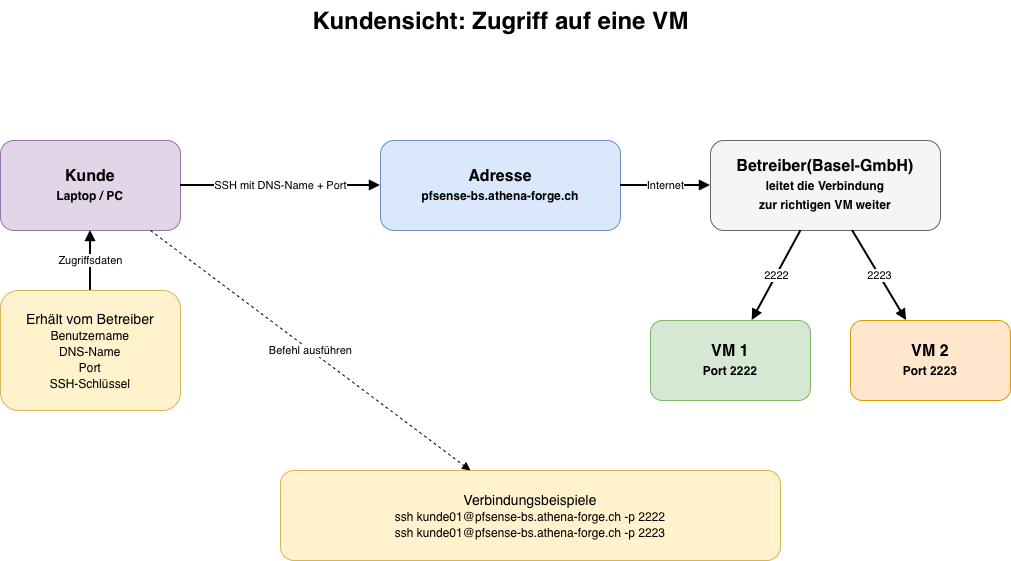
This is images/kundensicht_vm_zugriff_einfach.drawio.png from bromag/infrastruktur-projekt-bs, a draw.io export, as it was before one commit. Source tidied: cells renumbered, new cells last; positions are measured from the earlier drawing's top-left corner, leaving out a move shared by most shapes. Source of this version:
```xml
<mxGraphModel>
  <root>
    <mxCell id="0" />
    <mxCell id="1" parent="0" />
    <mxCell id="2" value="Kundensicht: Zugriff auf eine VM" style="text;html=1;strokeColor=none;fillColor=none;fontSize=24;fontStyle=1;align=center;" parent="1" vertex="1">
      <mxGeometry x="250" width="500" height="45" as="geometry" />
    </mxCell>
    <mxCell id="3" value="Kunde&lt;br&gt;&lt;span style='font-size:12px'&gt;Laptop / PC&lt;/span&gt;" style="rounded=1;whiteSpace=wrap;html=1;fillColor=#e1d5e7;strokeColor=#9673a6;fontStyle=1;fontSize=16;" parent="1" vertex="1">
      <mxGeometry y="140" width="180" height="90" as="geometry" />
    </mxCell>
    <mxCell id="4" value="Erhält vom Betreiber&lt;br&gt;&lt;span style='font-size:12px'&gt;Benutzername&lt;br&gt;DNS-Name&lt;br&gt;Port&lt;br&gt;SSH-Schlüssel&lt;/span&gt;" style="rounded=1;whiteSpace=wrap;html=1;fillColor=#fff2cc;strokeColor=#d6b656;fontSize=14;" parent="1" vertex="1">
      <mxGeometry y="290" width="180" height="120" as="geometry" />
    </mxCell>
    <mxCell id="5" value="Adresse&lt;br&gt;&lt;span style='font-size:12px'&gt;pfsense-bs.athena-forge.ch&lt;/span&gt;" style="rounded=1;whiteSpace=wrap;html=1;fillColor=#dae8fc;strokeColor=#6c8ebf;fontStyle=1;fontSize=16;" parent="1" vertex="1">
      <mxGeometry x="380" y="140" width="240" height="90" as="geometry" />
    </mxCell>
    <mxCell id="6" value="Betreiber(Basel-GmbH)&lt;br&gt;&lt;span style=&quot;font-size:12px&quot;&gt;leitet die Verbindung&lt;br&gt;zur richtigen VM weiter&lt;/span&gt;" style="rounded=1;whiteSpace=wrap;html=1;fillColor=#f5f5f5;strokeColor=#666666;fontStyle=1;fontSize=16;" parent="1" vertex="1">
      <mxGeometry x="710" y="140" width="230" height="90" as="geometry" />
    </mxCell>
    <mxCell id="7" value="VM 1&lt;br&gt;&lt;span style='font-size:12px'&gt;Port 2222&lt;/span&gt;" style="rounded=1;whiteSpace=wrap;html=1;fillColor=#d5e8d4;strokeColor=#82b366;fontStyle=1;fontSize=16;" parent="1" vertex="1">
      <mxGeometry x="650" y="320" width="160" height="80" as="geometry" />
    </mxCell>
    <mxCell id="8" value="VM 2&lt;br&gt;&lt;span style='font-size:12px'&gt;Port 2223&lt;/span&gt;" style="rounded=1;whiteSpace=wrap;html=1;fillColor=#ffe6cc;strokeColor=#d79b00;fontStyle=1;fontSize=16;" parent="1" vertex="1">
      <mxGeometry x="850" y="320" width="160" height="80" as="geometry" />
    </mxCell>
    <mxCell id="9" value="Verbindungsbeispiele&lt;br&gt;&lt;span style='font-size:12px'&gt;ssh kunde01@pfsense-bs.athena-forge.ch -p 2222&lt;br&gt;ssh kunde01@pfsense-bs.athena-forge.ch -p 2223&lt;/span&gt;" style="rounded=1;whiteSpace=wrap;html=1;fillColor=#fff2cc;strokeColor=#d6b656;fontSize=14;" parent="1" vertex="1">
      <mxGeometry x="280" y="470" width="500" height="90" as="geometry" />
    </mxCell>
    <mxCell id="10" value="SSH mit DNS-Name + Port" style="endArrow=block;html=1;rounded=0;strokeWidth=2;" parent="1" edge="1" source="3" target="5">
      <mxGeometry relative="1" as="geometry" />
    </mxCell>
    <mxCell id="11" value="Internet" style="endArrow=block;html=1;rounded=0;strokeWidth=2;" parent="1" edge="1" source="5" target="6">
      <mxGeometry relative="1" as="geometry" />
    </mxCell>
    <mxCell id="12" value="2222" style="endArrow=block;html=1;rounded=0;strokeWidth=2;" parent="1" edge="1" source="6" target="7">
      <mxGeometry relative="1" as="geometry" />
    </mxCell>
    <mxCell id="13" value="2223" style="endArrow=block;html=1;rounded=0;strokeWidth=2;" parent="1" edge="1" source="6" target="8">
      <mxGeometry relative="1" as="geometry" />
    </mxCell>
    <mxCell id="14" value="Zugriffsdaten" style="endArrow=block;html=1;rounded=0;strokeWidth=2;" parent="1" edge="1" source="4" target="3">
      <mxGeometry relative="1" as="geometry" />
    </mxCell>
    <mxCell id="15" value="Befehl ausführen" style="endArrow=block;html=1;rounded=0;strokeWidth=1;dashed=1;" parent="1" edge="1" source="3" target="9">
      <mxGeometry relative="1" as="geometry" />
    </mxCell>
  </root>
</mxGraphModel>
```
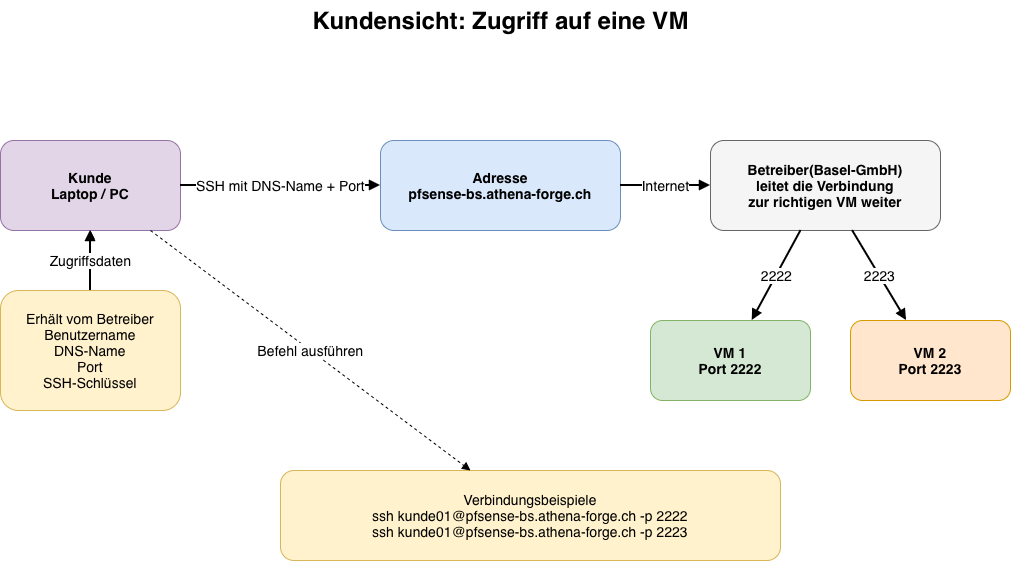
After the change.

Diff of the diagram source:
```diff
@@ -5,43 +5,46 @@
     <mxCell id="2" value="Kundensicht: Zugriff auf eine VM" style="text;html=1;strokeColor=none;fillColor=none;fontSize=24;fontStyle=1;align=center;" parent="1" vertex="1">
       <mxGeometry x="250" width="500" height="45" as="geometry" />
     </mxCell>
-    <mxCell id="3" value="Kunde&lt;br&gt;&lt;span style='font-size:12px'&gt;Laptop / PC&lt;/span&gt;" style="rounded=1;whiteSpace=wrap;html=1;fillColor=#e1d5e7;strokeColor=#9673a6;fontStyle=1;fontSize=16;" parent="1" vertex="1">
+    <mxCell id="3" value="Kunde&lt;br&gt;&lt;span&gt;Laptop / PC&lt;/span&gt;" style="rounded=1;whiteSpace=wrap;html=1;fillColor=#e1d5e7;strokeColor=#9673a6;fontStyle=1;fontSize=14;" parent="1" vertex="1">
       <mxGeometry y="140" width="180" height="90" as="geometry" />
     </mxCell>
+    <mxCell id="16" style="edgeStyle=orthogonalEdgeStyle;rounded=0;jettySize=auto;html=1;" parent="1" edge="1" source="4" target="3">
+      <mxGeometry relative="1" as="geometry" />
+    </mxCell>
-    <mxCell id="4" value="Erhält vom Betreiber&lt;br&gt;&lt;span style='font-size:12px'&gt;Benutzername&lt;br&gt;DNS-Name&lt;br&gt;Port&lt;br&gt;SSH-Schlüssel&lt;/span&gt;" style="rounded=1;whiteSpace=wrap;html=1;fillColor=#fff2cc;strokeColor=#d6b656;fontSize=14;" parent="1" vertex="1">
+    <mxCell id="4" value="Erhält vom Betreiber&lt;br&gt;&lt;span&gt;Benutzername&lt;br&gt;DNS-Name&lt;br&gt;Port&lt;br&gt;SSH-Schlüssel&lt;/span&gt;" style="rounded=1;whiteSpace=wrap;html=1;fillColor=#fff2cc;strokeColor=#d6b656;fontSize=14;" parent="1" vertex="1">
       <mxGeometry y="290" width="180" height="120" as="geometry" />
     </mxCell>
-    <mxCell id="5" value="Adresse&lt;br&gt;&lt;span style='font-size:12px'&gt;pfsense-bs.athena-forge.ch&lt;/span&gt;" style="rounded=1;whiteSpace=wrap;html=1;fillColor=#dae8fc;strokeColor=#6c8ebf;fontStyle=1;fontSize=16;" parent="1" vertex="1">
+    <mxCell id="5" value="Adresse&lt;br&gt;&lt;span&gt;pfsense-bs.athena-forge.ch&lt;/span&gt;" style="rounded=1;whiteSpace=wrap;html=1;fillColor=#dae8fc;strokeColor=#6c8ebf;fontStyle=1;fontSize=14;" parent="1" vertex="1">
       <mxGeometry x="380" y="140" width="240" height="90" as="geometry" />
     </mxCell>
-    <mxCell id="6" value="Betreiber(Basel-GmbH)&lt;br&gt;&lt;span style=&quot;font-size:12px&quot;&gt;leitet die Verbindung&lt;br&gt;zur richtigen VM weiter&lt;/span&gt;" style="rounded=1;whiteSpace=wrap;html=1;fillColor=#f5f5f5;strokeColor=#666666;fontStyle=1;fontSize=16;" parent="1" vertex="1">
+    <mxCell id="6" value="Betreiber(Basel-GmbH)&lt;br&gt;&lt;span&gt;leitet die Verbindung&lt;br&gt;zur richtigen VM weiter&lt;/span&gt;" style="rounded=1;whiteSpace=wrap;html=1;fillColor=#f5f5f5;strokeColor=#666666;fontStyle=1;fontSize=14;" parent="1" vertex="1">
       <mxGeometry x="710" y="140" width="230" height="90" as="geometry" />
     </mxCell>
-    <mxCell id="7" value="VM 1&lt;br&gt;&lt;span style='font-size:12px'&gt;Port 2222&lt;/span&gt;" style="rounded=1;whiteSpace=wrap;html=1;fillColor=#d5e8d4;strokeColor=#82b366;fontStyle=1;fontSize=16;" parent="1" vertex="1">
+    <mxCell id="7" value="VM 1&lt;br&gt;&lt;span&gt;Port 2222&lt;/span&gt;" style="rounded=1;whiteSpace=wrap;html=1;fillColor=#d5e8d4;strokeColor=#82b366;fontStyle=1;fontSize=14;" parent="1" vertex="1">
       <mxGeometry x="650" y="320" width="160" height="80" as="geometry" />
     </mxCell>
-    <mxCell id="8" value="VM 2&lt;br&gt;&lt;span style='font-size:12px'&gt;Port 2223&lt;/span&gt;" style="rounded=1;whiteSpace=wrap;html=1;fillColor=#ffe6cc;strokeColor=#d79b00;fontStyle=1;fontSize=16;" parent="1" vertex="1">
+    <mxCell id="8" value="VM 2&lt;br&gt;&lt;span&gt;Port 2223&lt;/span&gt;" style="rounded=1;whiteSpace=wrap;html=1;fillColor=#ffe6cc;strokeColor=#d79b00;fontStyle=1;fontSize=14;" parent="1" vertex="1">
       <mxGeometry x="850" y="320" width="160" height="80" as="geometry" />
     </mxCell>
-    <mxCell id="9" value="Verbindungsbeispiele&lt;br&gt;&lt;span style='font-size:12px'&gt;ssh kunde01@pfsense-bs.athena-forge.ch -p 2222&lt;br&gt;ssh kunde01@pfsense-bs.athena-forge.ch -p 2223&lt;/span&gt;" style="rounded=1;whiteSpace=wrap;html=1;fillColor=#fff2cc;strokeColor=#d6b656;fontSize=14;" parent="1" vertex="1">
+    <mxCell id="9" value="Verbindungsbeispiele&lt;br&gt;&lt;span&gt;ssh kunde01@pfsense-bs.athena-forge.ch -p 2222&lt;br&gt;ssh kunde01@pfsense-bs.athena-forge.ch -p 2223&lt;/span&gt;" style="rounded=1;whiteSpace=wrap;html=1;fillColor=#fff2cc;strokeColor=#d6b656;fontSize=14;" parent="1" vertex="1">
       <mxGeometry x="280" y="470" width="500" height="90" as="geometry" />
     </mxCell>
-    <mxCell id="10" value="SSH mit DNS-Name + Port" style="endArrow=block;html=1;rounded=0;strokeWidth=2;" parent="1" edge="1" source="3" target="5">
+    <mxCell id="10" value="&lt;font style=&quot;font-size: 14px;&quot;&gt;SSH mit DNS-Name + Port&lt;/font&gt;" style="endArrow=block;html=1;rounded=0;strokeWidth=2;" parent="1" edge="1" source="3" target="5">
       <mxGeometry relative="1" as="geometry" />
     </mxCell>
-    <mxCell id="11" value="Internet" style="endArrow=block;html=1;rounded=0;strokeWidth=2;" parent="1" edge="1" source="5" target="6">
+    <mxCell id="11" value="&lt;font style=&quot;font-size: 14px;&quot;&gt;Internet&lt;/font&gt;" style="endArrow=block;html=1;rounded=0;strokeWidth=2;" parent="1" edge="1" source="5" target="6">
       <mxGeometry relative="1" as="geometry" />
     </mxCell>
-    <mxCell id="12" value="2222" style="endArrow=block;html=1;rounded=0;strokeWidth=2;" parent="1" edge="1" source="6" target="7">
+    <mxCell id="12" value="&lt;font style=&quot;font-size: 14px;&quot;&gt;2222&lt;/font&gt;" style="endArrow=block;html=1;rounded=0;strokeWidth=2;" parent="1" edge="1" source="6" target="7">
       <mxGeometry relative="1" as="geometry" />
     </mxCell>
-    <mxCell id="13" value="2223" style="endArrow=block;html=1;rounded=0;strokeWidth=2;" parent="1" edge="1" source="6" target="8">
+    <mxCell id="13" value="&lt;font style=&quot;font-size: 14px;&quot;&gt;2223&lt;/font&gt;" style="endArrow=block;html=1;rounded=0;strokeWidth=2;" parent="1" edge="1" source="6" target="8">
       <mxGeometry relative="1" as="geometry" />
     </mxCell>
-    <mxCell id="14" value="Zugriffsdaten" style="endArrow=block;html=1;rounded=0;strokeWidth=2;" parent="1" edge="1" source="4" target="3">
+    <mxCell id="14" value="&lt;font style=&quot;font-size: 14px;&quot;&gt;Zugriffsdaten&lt;/font&gt;" style="endArrow=block;html=1;rounded=0;strokeWidth=2;" parent="1" edge="1" source="4" target="3">
       <mxGeometry relative="1" as="geometry" />
     </mxCell>
-    <mxCell id="15" value="Befehl ausführen" style="endArrow=block;html=1;rounded=0;strokeWidth=1;dashed=1;" parent="1" edge="1" source="3" target="9">
+    <mxCell id="15" value="&lt;font style=&quot;font-size: 14px;&quot;&gt;Befehl ausführen&lt;/font&gt;" style="endArrow=block;html=1;rounded=0;strokeWidth=1;dashed=1;" parent="1" edge="1" source="3" target="9">
       <mxGeometry relative="1" as="geometry" />
     </mxCell>
   </root>
```
